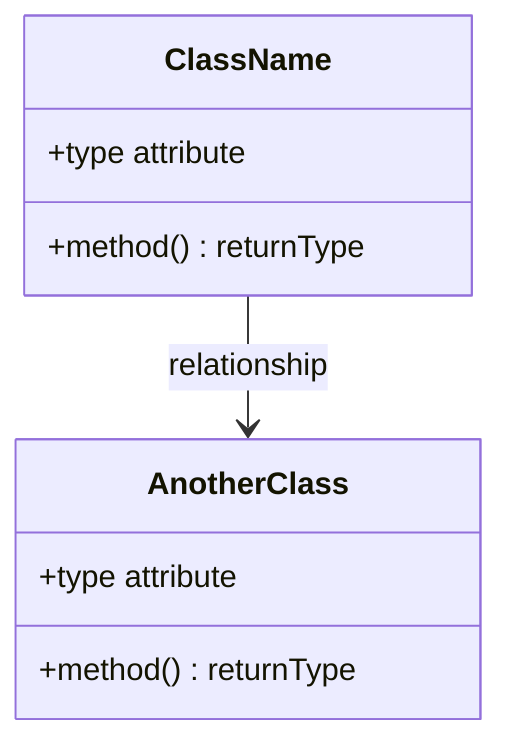
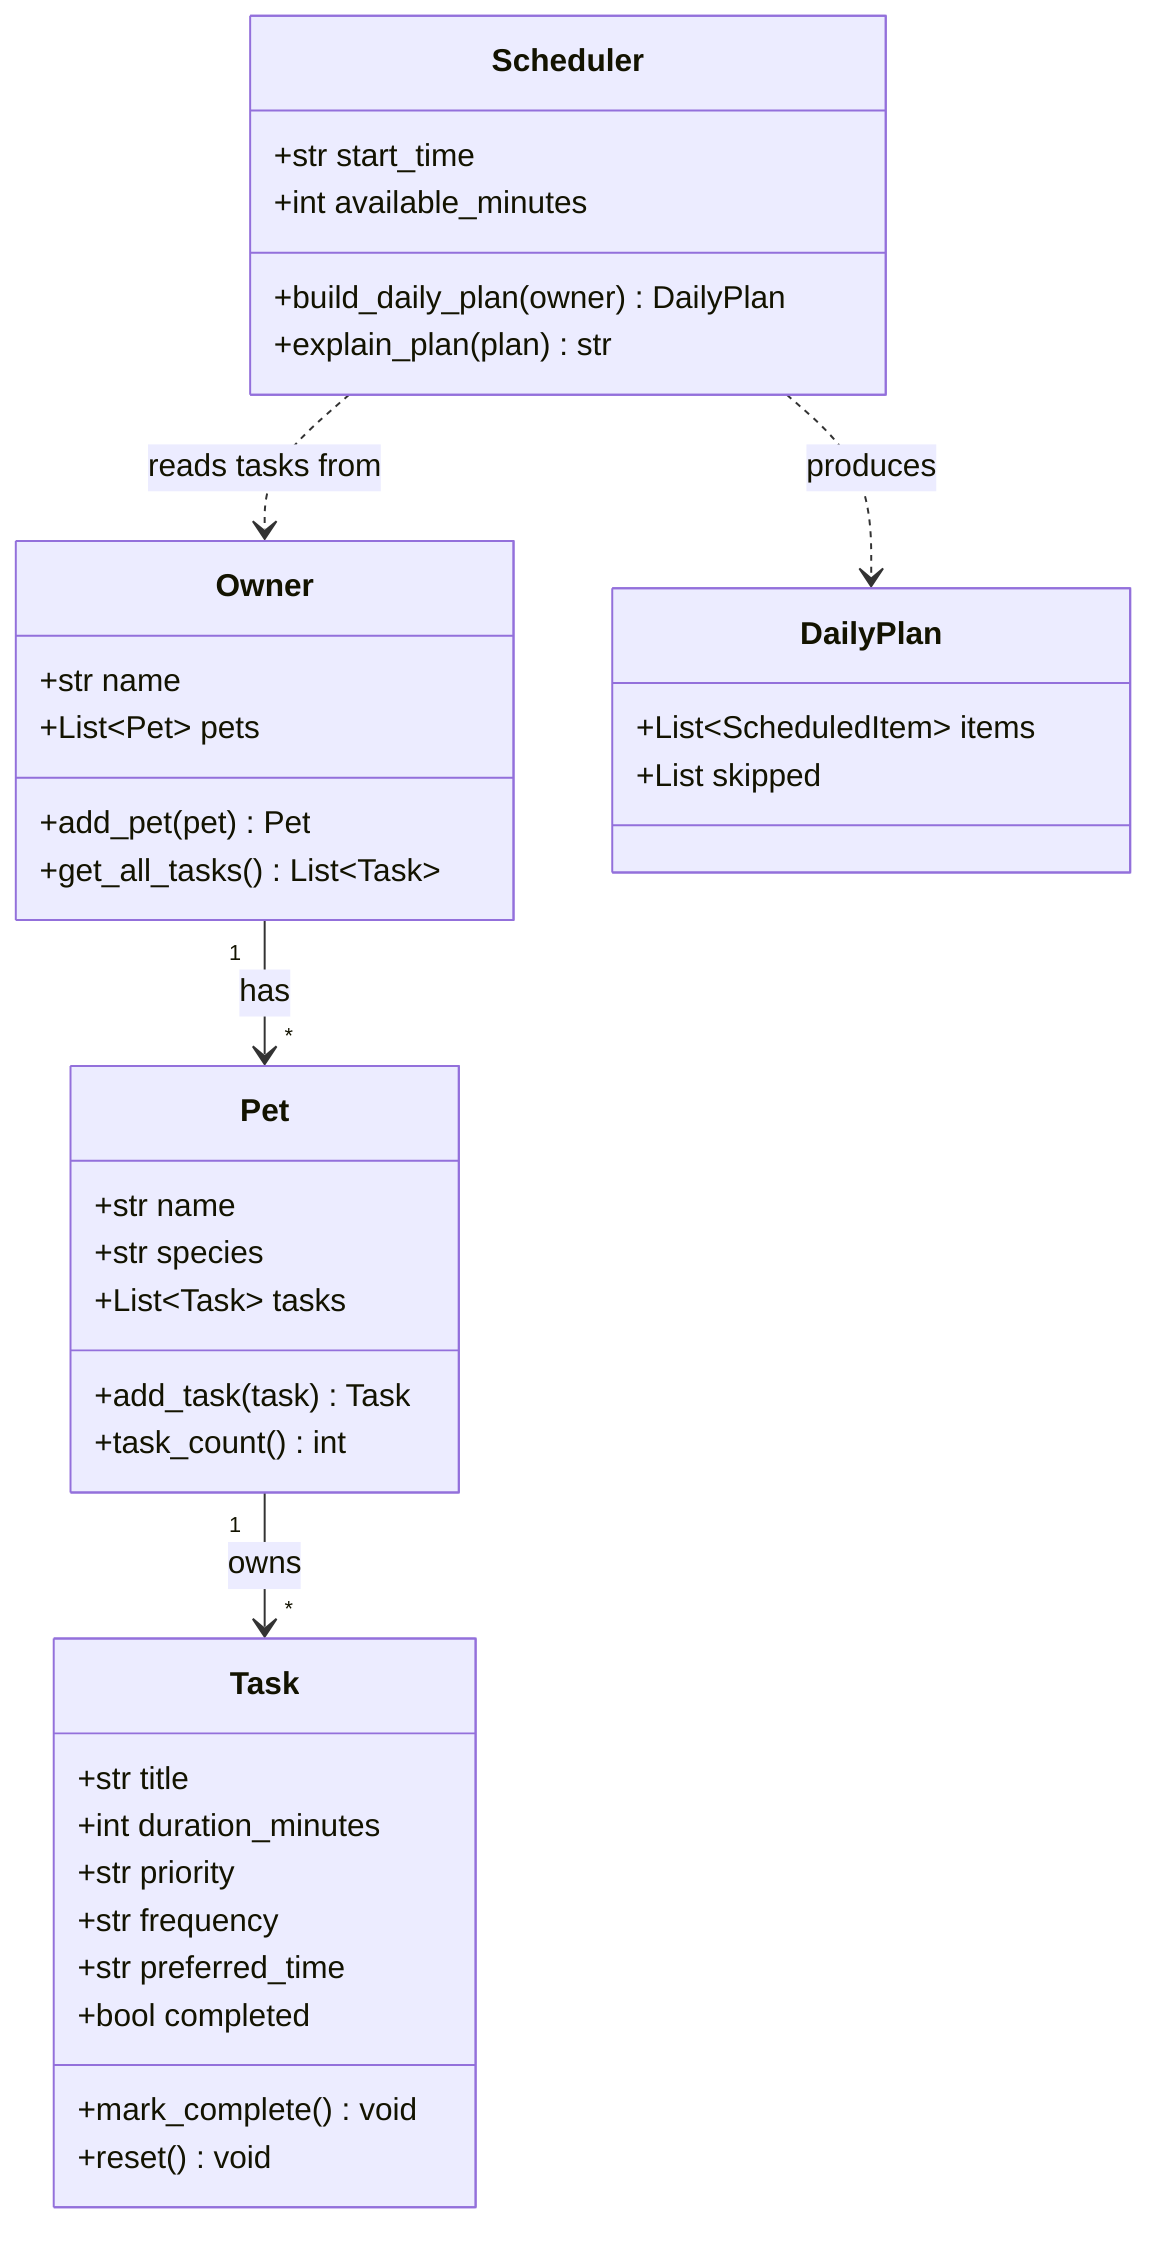
- classDiagram
+ 
    %% Replace the placeholders below with your actual classes, attributes, methods, and relationships.
    %% Keep this file updated so it matches your final implementation.

-     class ClassName {
-         +type attribute
-         +method() returnType
+ classDiagram
+     class Task {
+         +str title
+         +int duration_minutes
+         +str priority
+         +str frequency
+         +str preferred_time
+         +bool completed
+         +mark_complete() void
+         +reset() void
    }

-     class AnotherClass {
-         +type attribute
-         +method() returnType
+     class Pet {
+         +str name
+         +str species
+         +List~Task~ tasks
+         +add_task(task) Task
+         +task_count() int
    }

-     ClassName --> AnotherClass : relationship
+     class Owner {
+         +str name
+         +List~Pet~ pets
+         +add_pet(pet) Pet
+         +get_all_tasks() List~Task~
+     }
+ 
+     class Scheduler {
+         +str start_time
+         +int available_minutes
+         +build_daily_plan(owner) DailyPlan
+         +explain_plan(plan) str
+     }
+ 
+     class DailyPlan {
+         +List~ScheduledItem~ items
+         +List skipped
+     }
+ 
+     Owner "1" --> "*" Pet : has
+     Pet "1" --> "*" Task : owns
+     Scheduler ..> Owner : reads tasks from
+     Scheduler ..> DailyPlan : produces
